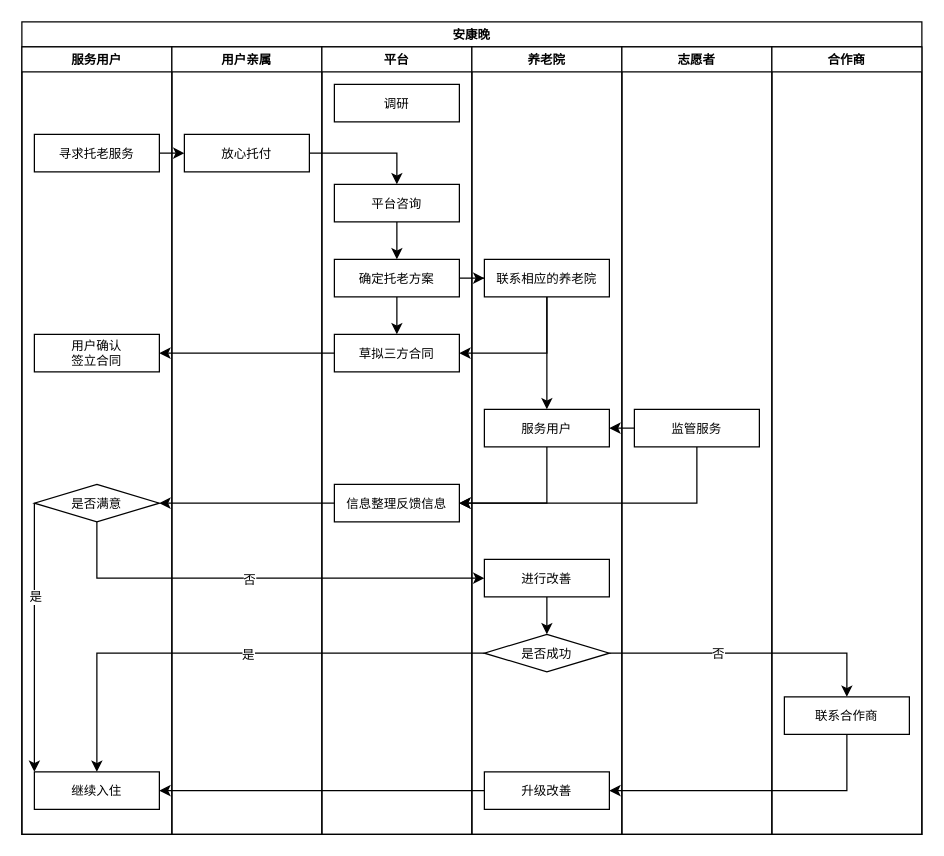
This is 泳道图.drawio from xqm32/3Chuang, a draw.io file, before an edit. Source tidied: cells renumbered, new cells numbered last; positions are measured from the earlier drawing's top-left corner, leaving out a move shared by most shapes. Both pictures are drawn from the tidied source at 125%, with x=0, y=0 at pixel (21, 21).
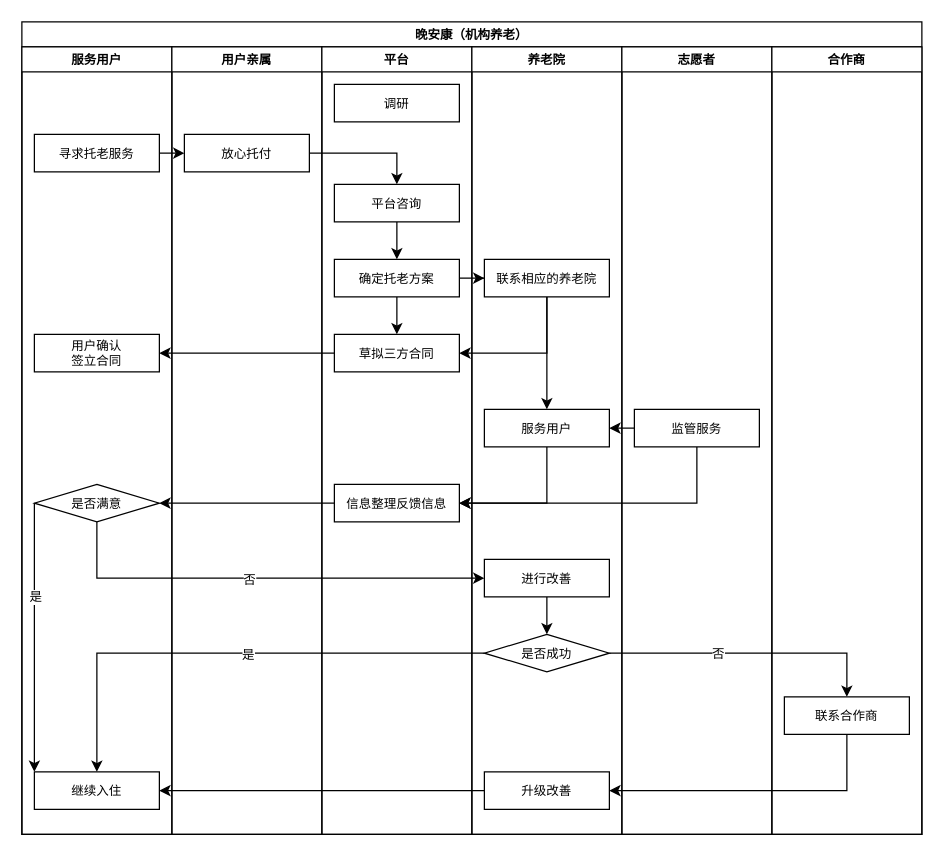
The same diagram, later.

Change to the diagram source:
```diff
@@
-    <mxCell id="2" value="安康晚" style="swimlane;startSize=20;fontSize=10;" parent="1" vertex="1">
+    <mxCell id="2" value="晚安康（机构养老）" style="swimlane;startSize=20;fontSize=10;" parent="1" vertex="1">
       <mxGeometry width="720" height="650" as="geometry" />
     </mxCell>
```
